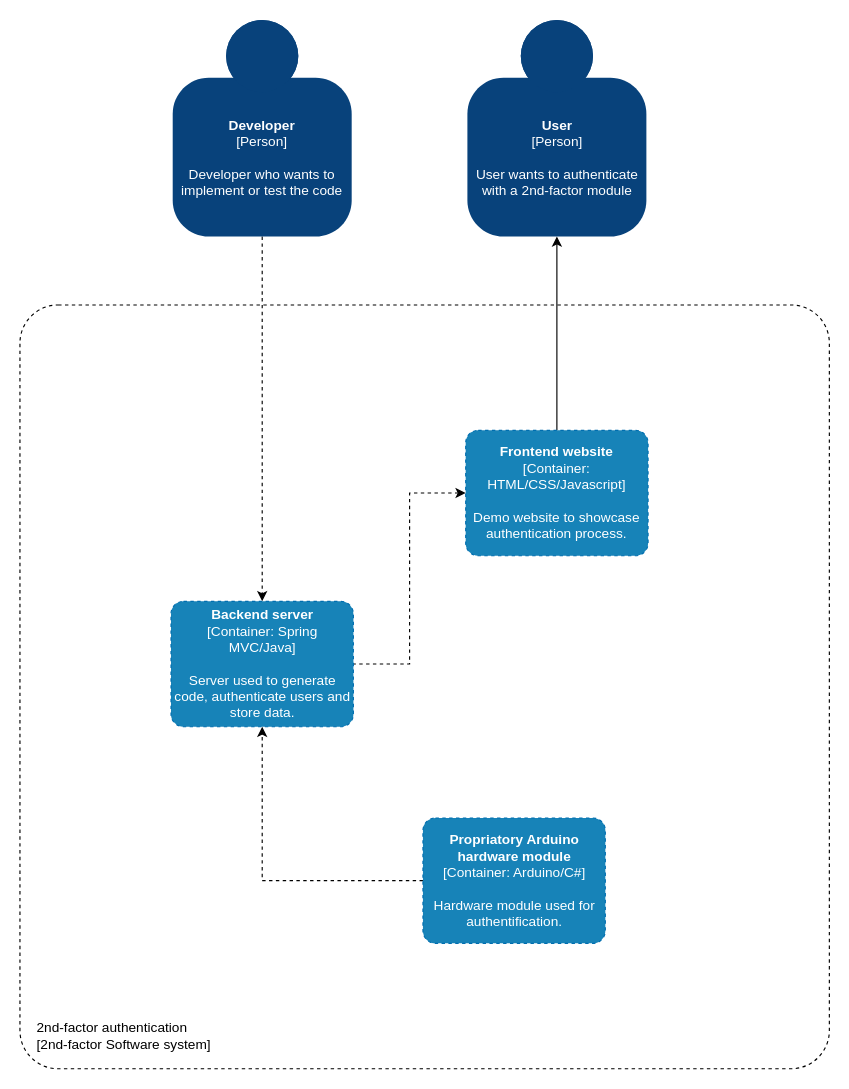
This is page "Page-1" (1 of 2) of 2nd-factor-c4model.drawio from 2nd-factor/docs, a draw.io file, before an edit. Source tidied: cells renumbered, new cells numbered last; positions are measured from the earlier drawing's top-left corner, leaving out a move shared by most shapes. Both pictures are drawn from the tidied source at 114%, with x=0, y=0 at pixel (19, 19).
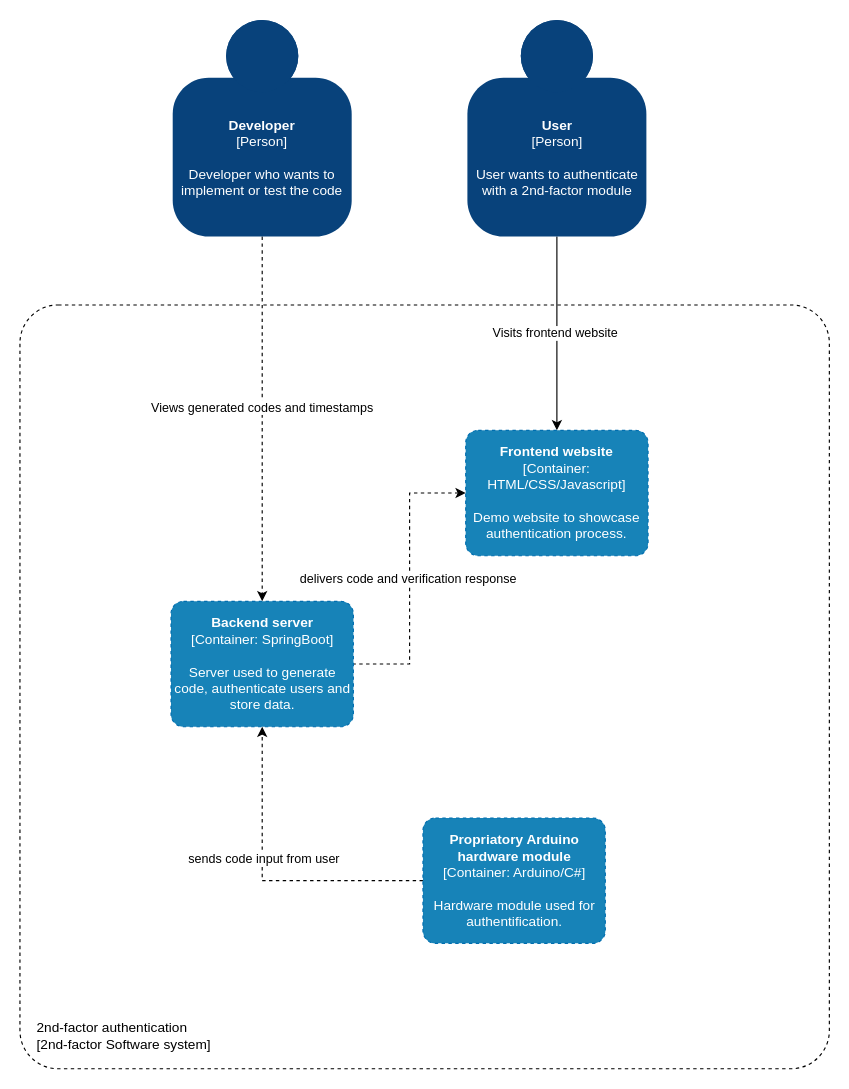
The same diagram, later.

Commit message (it also covers changes not shown here):
modified:   2nd-factor-c4model.drawio 	modified:   c4-diagrams/C2 - Container diagramv2.svg 	modified:   c4-diagrams/C3 - Component diagram.svg

Change to the diagram source:
```diff
@@
 <mxGraphModel>
   <root>
     <mxCell id="0" />
     <mxCell id="1" parent="0" />
     <object id="2" label="&lt;div style=&quot;text-align: left&quot;&gt;%c4Name%&lt;/div&gt;&lt;div style=&quot;text-align: left&quot;&gt;[%c4OperationSystem%]&lt;/div&gt;&lt;div style=&quot;text-align: right&quot;&gt;%c4ScalingFactor%&lt;/div&gt;" c4Name="2nd-factor authentication" c4OperationSystem="2nd-factor Software system" c4ScalingFactor="" placeholders="1">
       <mxCell style="rounded=1;whiteSpace=wrap;html=1;labelBackgroundColor=none;fillColor=#ffffff;fontColor=#000000;align=left;arcSize=5;strokeColor=#000000;verticalAlign=bottom;metaData={&quot;c4Type&quot;:{&quot;editable&quot;:false}};dashed=1;spacingRight=4;spacingLeft=13;spacingBottom=12;" parent="1" vertex="1">
         <mxGeometry y="250" width="710" height="670" as="geometry" />
       </mxCell>
     </object>
-    <mxCell id="3" style="edgeStyle=orthogonalEdgeStyle;rounded=0;jettySize=auto;html=1;entryX=0.5;entryY=0;entryDx=0;entryDy=0;entryPerimeter=0;startArrow=classic;startFill=1;endArrow=none;endFill=0;" parent="1" edge="1" source="4" target="8">
+    <mxCell id="3" value="Visits frontend website&amp;nbsp;" style="edgeStyle=orthogonalEdgeStyle;rounded=0;jettySize=auto;html=1;entryX=0.5;entryY=0;entryDx=0;entryDy=0;entryPerimeter=0;startArrow=none;startFill=0;endArrow=classic;endFill=1;" parent="1" edge="1" source="4" target="8">
       <mxGeometry relative="1" as="geometry" />
     </mxCell>
     <object id="4" label="&lt;b&gt;%c4Name%&lt;/b&gt;&lt;div&gt;[%c4Type%]&lt;/div&gt;&lt;br&gt;&lt;div&gt;%c4Description%&lt;/div&gt;" c4Description="User wants to authenticate with a 2nd-factor module" c4Name="User" c4Type="Person" placeholders="1">
       <mxCell style="html=1;dashed=0;whitespace=wrap;fillColor=#08427b;strokeColor=none;fontColor=#ffffff;shape=mxgraph.c4.person;align=center;points=[[0.5,0,0],[1,0.5,0],[1,0.75,0],[0.75,1,0],[0.5,1,0],[0.25,1,0],[0,0.75,0],[0,0.5,0]];metaData={&quot;c4Type&quot;:{&quot;editable&quot;:false}};whiteSpace=wrap;" parent="1" vertex="1">
         <mxGeometry x="392.5" width="157" height="190" as="geometry" />
       </mxCell>
     </object>
     <mxCell id="5" style="edgeStyle=orthogonalEdgeStyle;rounded=0;jettySize=auto;html=1;entryX=0.5;entryY=0;entryDx=0;entryDy=0;entryPerimeter=0;dashed=1;startArrow=none;startFill=0;endArrow=classic;endFill=1;" parent="1" edge="1" source="6" target="11">
       <mxGeometry relative="1" as="geometry" />
     </mxCell>
+    <mxCell id="12" value="Views generated codes and timestamps&amp;nbsp;" style="edgeLabel;html=1;align=center;verticalAlign=middle;" parent="5" vertex="1">
+      <mxGeometry x="-0.07" y="1" relative="1" as="geometry" />
+    </mxCell>
     <object id="6" label="&lt;b&gt;%c4Name%&lt;/b&gt;&lt;div&gt;[%c4Type%]&lt;/div&gt;&lt;br&gt;&lt;div&gt;%c4Description%&lt;/div&gt;" c4Description="Developer who wants to implement or test the code" c4Name="Developer" c4Type="Person" placeholders="1">
       <mxCell style="html=1;dashed=0;whitespace=wrap;fillColor=#08427b;strokeColor=none;fontColor=#ffffff;shape=mxgraph.c4.person;align=center;points=[[0.5,0,0],[1,0.5,0],[1,0.75,0],[0.75,1,0],[0.5,1,0],[0.25,1,0],[0,0.75,0],[0,0.5,0]];metaData={&quot;c4Type&quot;:{&quot;editable&quot;:false}};whiteSpace=wrap;" parent="1" vertex="1">
         <mxGeometry x="134" width="157" height="190" as="geometry" />
       </mxCell>
     </object>
-    <mxCell id="7" style="edgeStyle=orthogonalEdgeStyle;rounded=0;jettySize=auto;html=1;entryX=1;entryY=0.5;entryDx=0;entryDy=0;entryPerimeter=0;startArrow=classic;startFill=1;endArrow=none;endFill=0;dashed=1;" parent="1" edge="1" source="8" target="11">
+    <mxCell id="7" value="delivers code and verification response&amp;nbsp;" style="edgeStyle=orthogonalEdgeStyle;rounded=0;jettySize=auto;html=1;entryX=1;entryY=0.5;entryDx=0;entryDy=0;entryPerimeter=0;startArrow=classic;startFill=1;endArrow=none;endFill=0;dashed=1;" parent="1" edge="1" source="8" target="11">
       <mxGeometry relative="1" as="geometry" />
     </mxCell>
     <object id="8" label="&lt;b&gt;%c4Name%&lt;/b&gt;&lt;div&gt;[%c4Type%: %c4Technology%]&lt;/div&gt;&lt;br&gt;&lt;div&gt;%c4Description%&lt;/div&gt;" c4Description="Demo website to showcase authentication process. " c4Name="Frontend website" c4Technology="HTML/CSS/Javascript" c4Type="Container" placeholders="1">
       <mxCell style="rounded=1;whiteSpace=wrap;html=1;labelBackgroundColor=none;fontColor=#ffffff;align=center;arcSize=10;strokeColor=#006EAF;metaData={&quot;c4Type&quot;:{&quot;editable&quot;:false}};points=[[0.25,0,0],[0.5,0,0],[0.75,0,0],[1,0.25,0],[1,0.5,0],[1,0.75,0],[0.75,1,0],[0.5,1,0],[0.25,1,0],[0,0.75,0],[0,0.5,0],[0,0.25,0]];dashed=1;fillColor=#1783B8;" parent="1" vertex="1">
         <mxGeometry x="391" y="360" width="160" height="110" as="geometry" />
       </mxCell>
     </object>
     <mxCell id="9" style="edgeStyle=orthogonalEdgeStyle;rounded=0;jettySize=auto;html=1;entryX=0.5;entryY=1;entryDx=0;entryDy=0;entryPerimeter=0;dashed=1;startArrow=none;startFill=0;endArrow=classic;endFill=1;" parent="1" edge="1" source="10" target="11">
       <mxGeometry relative="1" as="geometry" />
     </mxCell>
+    <mxCell id="13" value="sends code input from user" style="edgeLabel;html=1;align=center;verticalAlign=middle;" parent="9" vertex="1">
+      <mxGeometry x="0.17" y="-1" relative="1" as="geometry" />
+    </mxCell>
     <object id="10" label="&lt;b&gt;%c4Name%&lt;/b&gt;&lt;div&gt;[%c4Type%: %c4Technology%]&lt;/div&gt;&lt;br&gt;&lt;div&gt;%c4Description%&lt;/div&gt;" c4Description="Hardware module used for authentification." c4Name="Propriatory Arduino hardware module" c4Technology="Arduino/C#" c4Type="Container" placeholders="1">
       <mxCell style="rounded=1;whiteSpace=wrap;html=1;labelBackgroundColor=none;fontColor=#ffffff;align=center;arcSize=10;strokeColor=#006EAF;metaData={&quot;c4Type&quot;:{&quot;editable&quot;:false}};points=[[0.25,0,0],[0.5,0,0],[0.75,0,0],[1,0.25,0],[1,0.5,0],[1,0.75,0],[0.75,1,0],[0.5,1,0],[0.25,1,0],[0,0.75,0],[0,0.5,0],[0,0.25,0]];dashed=1;fillColor=#1783B8;" parent="1" vertex="1">
         <mxGeometry x="353.5" y="700" width="160" height="110" as="geometry" />
       </mxCell>
     </object>
-    <object id="11" label="&lt;b&gt;%c4Name%&lt;/b&gt;&lt;div&gt;[%c4Type%: %c4Technology%]&lt;/div&gt;&lt;br&gt;&lt;div&gt;%c4Description%&lt;/div&gt;" c4Description="Server used to generate code, authenticate users and store data. " c4Name="Backend server" c4Technology="Spring MVC/Java" c4Type="Container" placeholders="1">
+    <object id="11" label="&lt;b&gt;%c4Name%&lt;/b&gt;&lt;div&gt;[%c4Type%: %c4Technology%]&lt;/div&gt;&lt;br&gt;&lt;div&gt;%c4Description%&lt;/div&gt;" c4Description="Server used to generate code, authenticate users and store data. " c4Name="Backend server" c4Technology="SpringBoot" c4Type="Container" placeholders="1">
       <mxCell style="rounded=1;whiteSpace=wrap;html=1;labelBackgroundColor=none;fontColor=#ffffff;align=center;arcSize=10;strokeColor=#006EAF;metaData={&quot;c4Type&quot;:{&quot;editable&quot;:false}};points=[[0.25,0,0],[0.5,0,0],[0.75,0,0],[1,0.25,0],[1,0.5,0],[1,0.75,0],[0.75,1,0],[0.5,1,0],[0.25,1,0],[0,0.75,0],[0,0.5,0],[0,0.25,0]];dashed=1;fillColor=#1783B8;" parent="1" vertex="1">
         <mxGeometry x="132.5" y="510" width="160" height="110" as="geometry" />
       </mxCell>
     </object>
   </root>
 </mxGraphModel>
```
